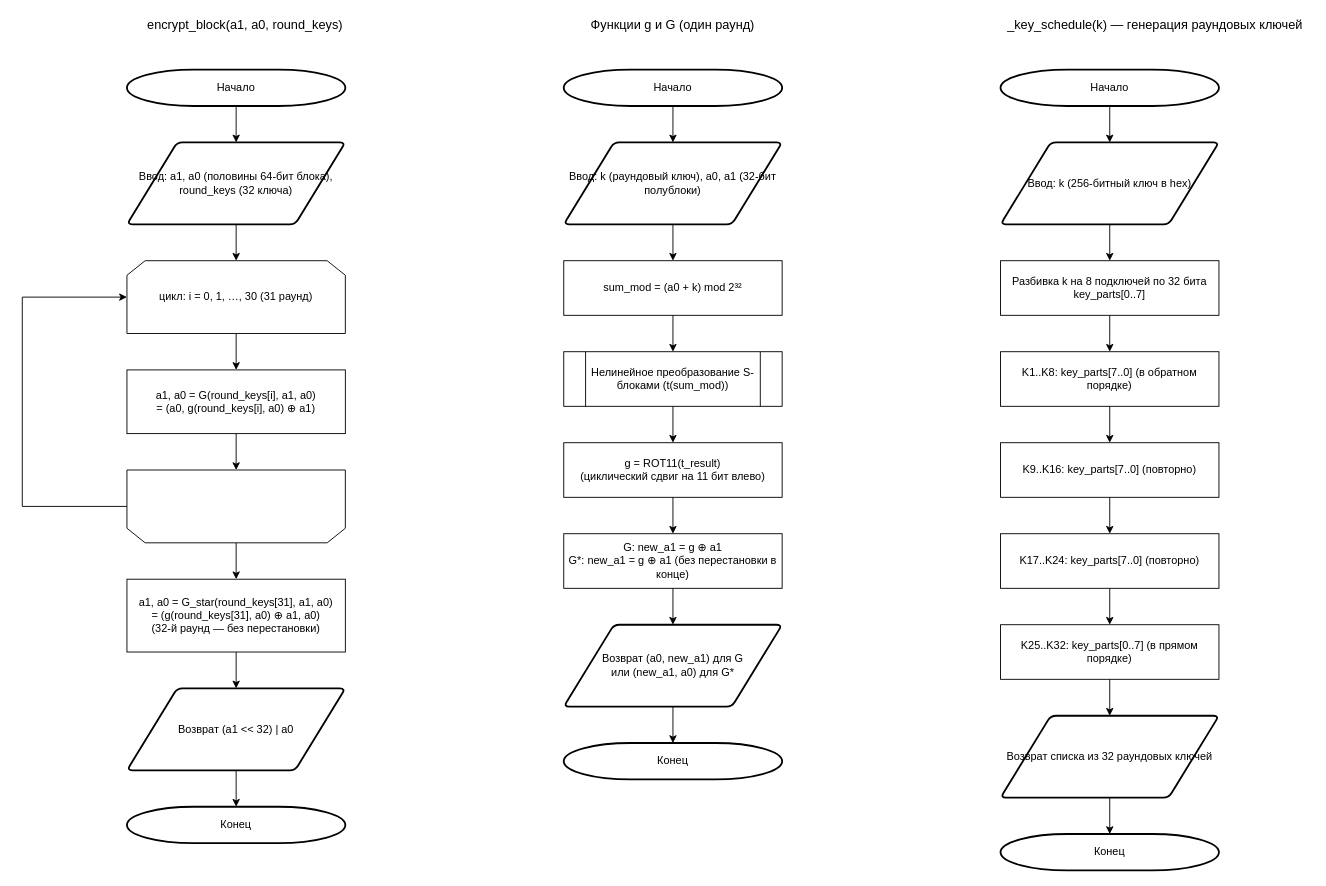
This is feistel_diagram.drawio from Laincetta/mospolytech-cryptography, a draw.io file, before an edit. Source tidied: cells renumbered, new cells numbered last; positions are measured from the earlier drawing's top-left corner, leaving out a move shared by most shapes. Both pictures are drawn from the tidied source at 91%, with x=0, y=0 at pixel (22, 15).
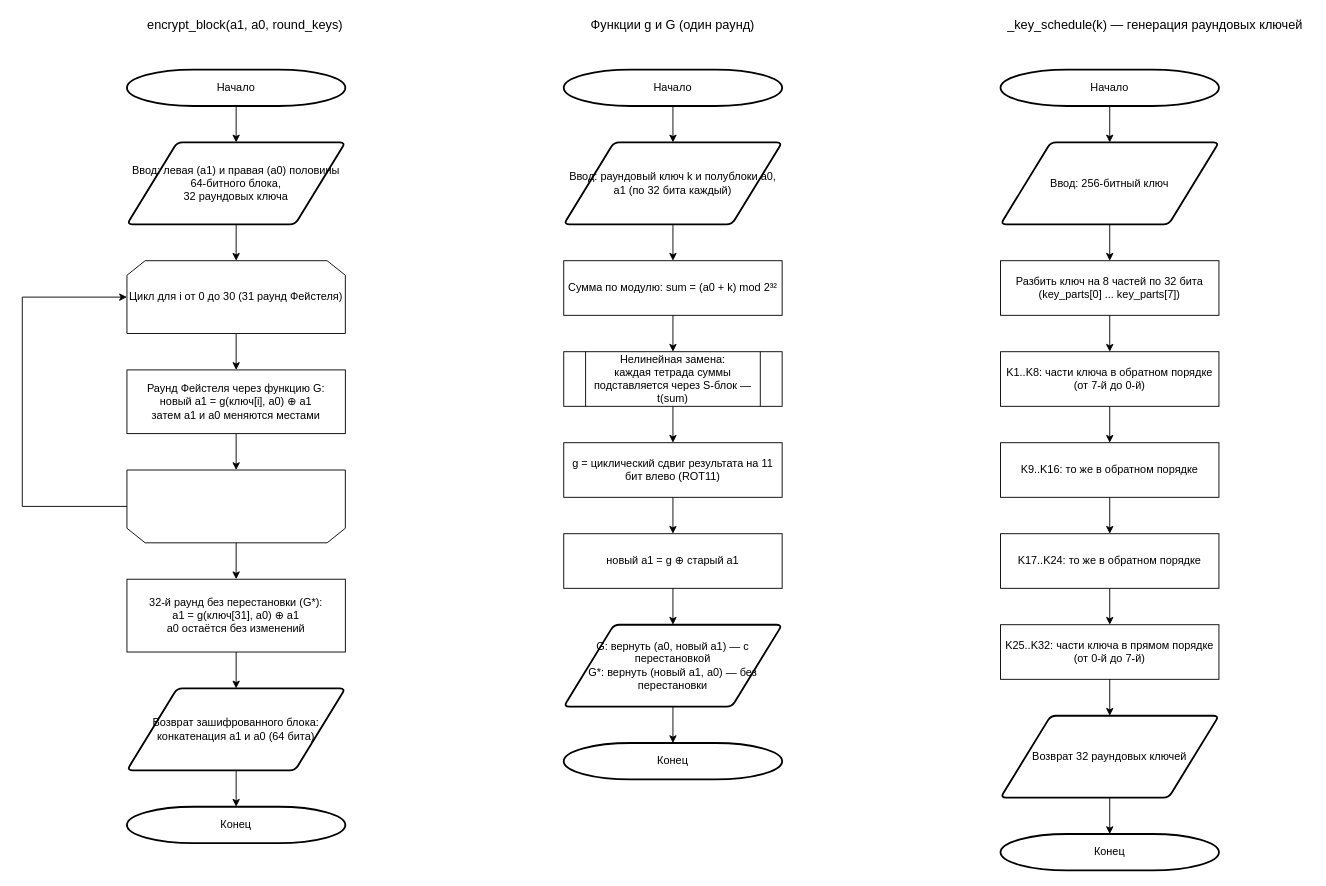
The same page after the edit.

The edit, as a diff of the source:
```diff
@@
-    <mxCell id="4" value="Ввод: a1, a0 (половины 64-бит блока), round_keys (32 ключа)" style="shape=parallelogram;html=1;strokeWidth=2;perimeter=parallelogramPerimeter;whiteSpace=wrap;rounded=1;arcSize=12;size=0.23;" parent="1" vertex="1">
+    <mxCell id="4" value="Ввод: левая (a1) и правая (a0) половины 64-битного блока,&#10;32 раундовых ключа" style="shape=parallelogram;html=1;strokeWidth=2;perimeter=parallelogramPerimeter;whiteSpace=wrap;rounded=1;arcSize=12;size=0.23;" parent="1" vertex="1">
       <mxGeometry x="115" y="139" width="240" height="90" as="geometry" />
     </mxCell>
-    <mxCell id="5" value="цикл: i = 0, 1, …, 30 (31 раунд)" style="shape=loopLimit;whiteSpace=wrap;html=1;" parent="1" vertex="1">
+    <mxCell id="5" value="Цикл для i от 0 до 30 (31 раунд Фейстеля)" style="shape=loopLimit;whiteSpace=wrap;html=1;" parent="1" vertex="1">
       <mxGeometry x="115" y="269" width="240" height="80" as="geometry" />
     </mxCell>
-    <mxCell id="6" value="a1, a0 = G(round_keys[i], a1, a0)&#10;= (a0, g(round_keys[i], a0) ⊕ a1)" style="rounded=0;whiteSpace=wrap;html=1;" parent="1" vertex="1">
+    <mxCell id="6" value="Раунд Фейстеля через функцию G:&#10;новый a1 = g(ключ[i], a0) ⊕ a1&#10;затем a1 и a0 меняются местами" style="rounded=0;whiteSpace=wrap;html=1;" parent="1" vertex="1">
       <mxGeometry x="115" y="389" width="240" height="70" as="geometry" />
     </mxCell>
@@
-    <mxCell id="9" value="a1, a0 = G_star(round_keys[31], a1, a0)&#10;= (g(round_keys[31], a0) ⊕ a1, a0)&#10;(32-й раунд — без перестановки)" style="rounded=0;whiteSpace=wrap;html=1;" parent="1" vertex="1">
+    <mxCell id="9" value="32-й раунд без перестановки (G*):&#10;a1 = g(ключ[31], a0) ⊕ a1&#10;a0 остаётся без изменений" style="rounded=0;whiteSpace=wrap;html=1;" parent="1" vertex="1">
       <mxGeometry x="115" y="619" width="240" height="80" as="geometry" />
     </mxCell>
-    <mxCell id="10" value="Возврат (a1 &lt;&lt; 32) | a0" style="shape=parallelogram;html=1;strokeWidth=2;perimeter=parallelogramPerimeter;whiteSpace=wrap;rounded=1;arcSize=12;size=0.23;" parent="1" vertex="1">
+    <mxCell id="10" value="Возврат зашифрованного блока:&#10;конкатенация a1 и a0 (64 бита)" style="shape=parallelogram;html=1;strokeWidth=2;perimeter=parallelogramPerimeter;whiteSpace=wrap;rounded=1;arcSize=12;size=0.23;" parent="1" vertex="1">
       <mxGeometry x="115" y="739" width="240" height="90" as="geometry" />
     </mxCell>
@@
-    <mxCell id="22" value="Ввод: k (раундовый ключ), a0, a1 (32-бит полублоки)" style="shape=parallelogram;html=1;strokeWidth=2;perimeter=parallelogramPerimeter;whiteSpace=wrap;rounded=1;arcSize=12;size=0.23;" parent="1" vertex="1">
+    <mxCell id="22" value="Ввод: раундовый ключ k и полублоки a0, a1 (по 32 бита каждый)" style="shape=parallelogram;html=1;strokeWidth=2;perimeter=parallelogramPerimeter;whiteSpace=wrap;rounded=1;arcSize=12;size=0.23;" parent="1" vertex="1">
       <mxGeometry x="595" y="139" width="240" height="90" as="geometry" />
     </mxCell>
-    <mxCell id="23" value="sum_mod = (a0 + k) mod 2³²" style="rounded=0;whiteSpace=wrap;html=1;" parent="1" vertex="1">
+    <mxCell id="23" value="Сумма по модулю: sum = (a0 + k) mod 2³²" style="rounded=0;whiteSpace=wrap;html=1;" parent="1" vertex="1">
       <mxGeometry x="595" y="269" width="240" height="60" as="geometry" />
     </mxCell>
-    <mxCell id="24" value="Нелинейное преобразование S-блоками (t(sum_mod))" style="shape=process;whiteSpace=wrap;html=1;backgroundOutline=1;" parent="1" vertex="1">
+    <mxCell id="24" value="Нелинейная замена:&#10;каждая тетрада суммы подставляется через S-блок — t(sum)" style="shape=process;whiteSpace=wrap;html=1;backgroundOutline=1;" parent="1" vertex="1">
       <mxGeometry x="595" y="369" width="240" height="60" as="geometry" />
     </mxCell>
-    <mxCell id="25" value="g = ROT11(t_result)&#10;(циклический сдвиг на 11 бит влево)" style="rounded=0;whiteSpace=wrap;html=1;" parent="1" vertex="1">
+    <mxCell id="25" value="g = циклический сдвиг результата на 11 бит влево (ROT11)" style="rounded=0;whiteSpace=wrap;html=1;" parent="1" vertex="1">
       <mxGeometry x="595" y="469" width="240" height="60" as="geometry" />
     </mxCell>
-    <mxCell id="26" value="G: new_a1 = g ⊕ a1&#10;G*: new_a1 = g ⊕ a1 (без перестановки в конце)" style="rounded=0;whiteSpace=wrap;html=1;" parent="1" vertex="1">
+    <mxCell id="26" value="новый a1 = g ⊕ старый a1" style="rounded=0;whiteSpace=wrap;html=1;" parent="1" vertex="1">
       <mxGeometry x="595" y="569" width="240" height="60" as="geometry" />
     </mxCell>
-    <mxCell id="27" value="Возврат (a0, new_a1) для G&#10;или (new_a1, a0) для G*" style="shape=parallelogram;html=1;strokeWidth=2;perimeter=parallelogramPerimeter;whiteSpace=wrap;rounded=1;arcSize=12;size=0.23;" parent="1" vertex="1">
+    <mxCell id="27" value="G: вернуть (a0, новый a1) — с перестановкой&#10;G*: вернуть (новый a1, a0) — без перестановки" style="shape=parallelogram;html=1;strokeWidth=2;perimeter=parallelogramPerimeter;whiteSpace=wrap;rounded=1;arcSize=12;size=0.23;" parent="1" vertex="1">
       <mxGeometry x="595" y="669" width="240" height="90" as="geometry" />
     </mxCell>
@@
-    <mxCell id="38" value="Ввод: k (256-битный ключ в hex)" style="shape=parallelogram;html=1;strokeWidth=2;perimeter=parallelogramPerimeter;whiteSpace=wrap;rounded=1;arcSize=12;size=0.23;" parent="1" vertex="1">
+    <mxCell id="38" value="Ввод: 256-битный ключ" style="shape=parallelogram;html=1;strokeWidth=2;perimeter=parallelogramPerimeter;whiteSpace=wrap;rounded=1;arcSize=12;size=0.23;" parent="1" vertex="1">
       <mxGeometry x="1075" y="139" width="240" height="90" as="geometry" />
     </mxCell>
-    <mxCell id="39" value="Разбивка k на 8 подключей по 32 бита&#10;key_parts[0..7]" style="rounded=0;whiteSpace=wrap;html=1;" parent="1" vertex="1">
+    <mxCell id="39" value="Разбить ключ на 8 частей по 32 бита&#10;(key_parts[0] ... key_parts[7])" style="rounded=0;whiteSpace=wrap;html=1;" parent="1" vertex="1">
       <mxGeometry x="1075" y="269" width="240" height="60" as="geometry" />
     </mxCell>
-    <mxCell id="40" value="K1..K8: key_parts[7..0] (в обратном порядке)" style="rounded=0;whiteSpace=wrap;html=1;" parent="1" vertex="1">
+    <mxCell id="40" value="K1..K8: части ключа в обратном порядке (от 7-й до 0-й)" style="rounded=0;whiteSpace=wrap;html=1;" parent="1" vertex="1">
       <mxGeometry x="1075" y="369" width="240" height="60" as="geometry" />
     </mxCell>
-    <mxCell id="41" value="K9..K16: key_parts[7..0] (повторно)" style="rounded=0;whiteSpace=wrap;html=1;" parent="1" vertex="1">
+    <mxCell id="41" value="K9..K16: то же в обратном порядке" style="rounded=0;whiteSpace=wrap;html=1;" parent="1" vertex="1">
       <mxGeometry x="1075" y="469" width="240" height="60" as="geometry" />
     </mxCell>
-    <mxCell id="42" value="K17..K24: key_parts[7..0] (повторно)" style="rounded=0;whiteSpace=wrap;html=1;" parent="1" vertex="1">
+    <mxCell id="42" value="K17..K24: то же в обратном порядке" style="rounded=0;whiteSpace=wrap;html=1;" parent="1" vertex="1">
       <mxGeometry x="1075" y="569" width="240" height="60" as="geometry" />
     </mxCell>
-    <mxCell id="43" value="K25..K32: key_parts[0..7] (в прямом порядке)" style="rounded=0;whiteSpace=wrap;html=1;" parent="1" vertex="1">
+    <mxCell id="43" value="K25..K32: части ключа в прямом порядке (от 0-й до 7-й)" style="rounded=0;whiteSpace=wrap;html=1;" parent="1" vertex="1">
       <mxGeometry x="1075" y="669" width="240" height="60" as="geometry" />
     </mxCell>
-    <mxCell id="44" value="Возврат списка из 32 раундовых ключей" style="shape=parallelogram;html=1;strokeWidth=2;perimeter=parallelogramPerimeter;whiteSpace=wrap;rounded=1;arcSize=12;size=0.23;" parent="1" vertex="1">
+    <mxCell id="44" value="Возврат 32 раундовых ключей" style="shape=parallelogram;html=1;strokeWidth=2;perimeter=parallelogramPerimeter;whiteSpace=wrap;rounded=1;arcSize=12;size=0.23;" parent="1" vertex="1">
       <mxGeometry x="1075" y="769" width="240" height="90" as="geometry" />
     </mxCell>
```
